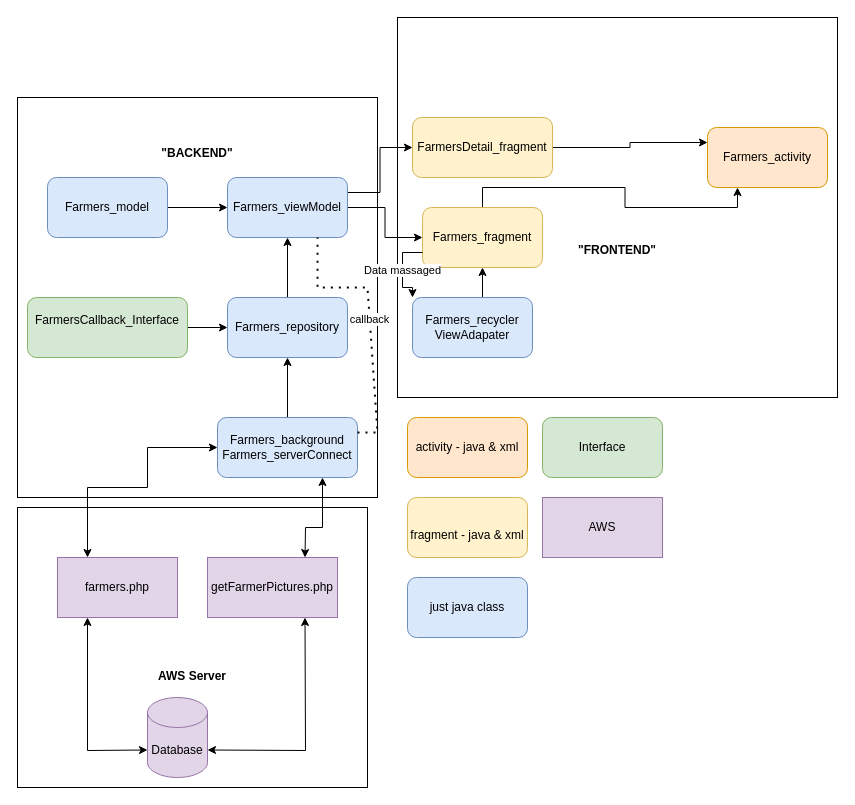
Above: page "Farmers" (2 of 3) of Untitled Diagram.drawio in BenBladow/rw_android_uml (draw.io), before the change. Source tidied: cells renumbered, new cells numbered last; positions are measured from the earlier drawing's top-left corner, leaving out a move shared by most shapes. Both pictures are drawn from the tidied source at 100%, with x=0, y=0 at pixel (17, 17).
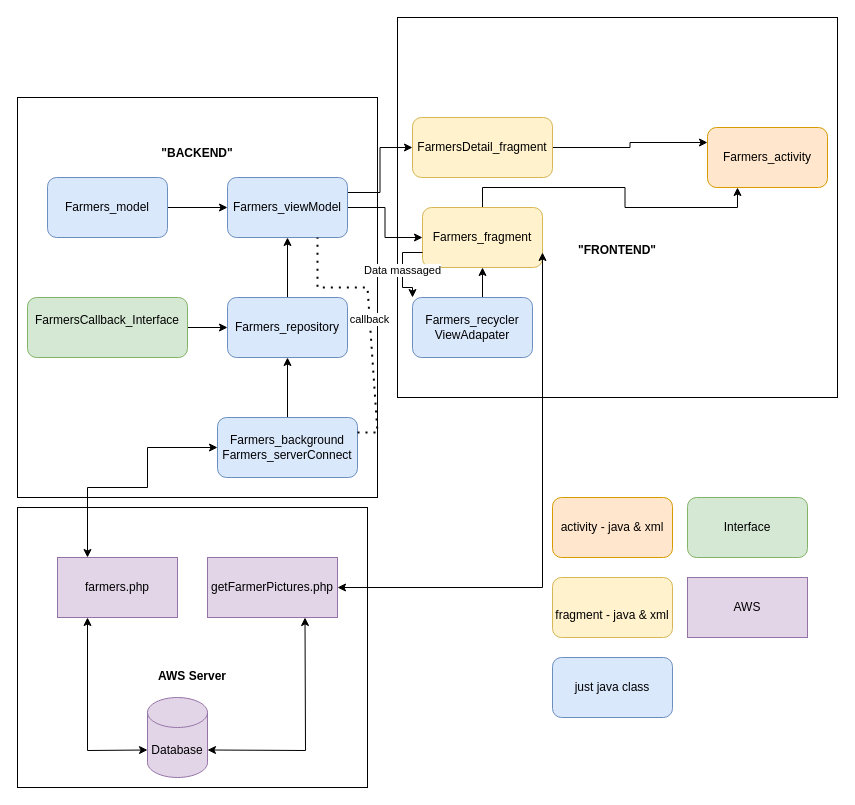
After the change.

Unchanged cells that the change refers to:
```xml
<mxCell id="9" value="Farmers_fragment" style="rounded=1;whiteSpace=wrap;html=1;fillColor=#fff2cc;strokeColor=#d6b656;" parent="1" vertex="1">
  <mxGeometry x="405" y="190" width="120" height="60" as="geometry" />
</mxCell>
<mxCell id="19" value="&lt;div&gt;Farmers_background&lt;/div&gt;&lt;div&gt;Farmers_serverConnect&lt;br&gt;&lt;/div&gt;" style="rounded=1;whiteSpace=wrap;html=1;fillColor=#dae8fc;strokeColor=#6c8ebf;" parent="1" vertex="1">
  <mxGeometry x="200" y="400" width="140" height="60" as="geometry" />
</mxCell>
<mxCell id="32" value="getFarmerPictures.php" style="rounded=0;whiteSpace=wrap;html=1;fillColor=#e1d5e7;strokeColor=#9673a6;" parent="1" vertex="1">
  <mxGeometry x="190" y="540" width="130" height="60" as="geometry" />
</mxCell>
```

What changed in the source:
```diff
@@
     <mxCell id="24" value="activity - java &amp;amp; xml" style="rounded=1;whiteSpace=wrap;html=1;fillColor=#ffe6cc;strokeColor=#d79b00;" parent="1" vertex="1">
-      <mxGeometry x="390" y="400" width="120" height="60" as="geometry" />
+      <mxGeometry x="535" y="480" width="120" height="60" as="geometry" />
     </mxCell>
     <mxCell id="25" value="&lt;br&gt;fragment - java &amp;amp; xml&lt;br&gt;" style="rounded=1;whiteSpace=wrap;html=1;fillColor=#fff2cc;strokeColor=#d6b656;" parent="1" vertex="1">
-      <mxGeometry x="390" y="480" width="120" height="60" as="geometry" />
+      <mxGeometry x="535" y="560" width="120" height="60" as="geometry" />
     </mxCell>
     <mxCell id="26" value="just java class" style="rounded=1;whiteSpace=wrap;html=1;fillColor=#dae8fc;strokeColor=#6c8ebf;" parent="1" vertex="1">
-      <mxGeometry x="390" y="560" width="120" height="60" as="geometry" />
+      <mxGeometry x="535" y="640" width="120" height="60" as="geometry" />
     </mxCell>
     <mxCell id="27" value="Interface" style="rounded=1;whiteSpace=wrap;html=1;fillColor=#d5e8d4;strokeColor=#82b366;" parent="1" vertex="1">
-      <mxGeometry x="525" y="400" width="120" height="60" as="geometry" />
+      <mxGeometry x="670" y="480" width="120" height="60" as="geometry" />
     </mxCell>
     <mxCell id="28" value="AWS" style="rounded=0;whiteSpace=wrap;html=1;fillColor=#e1d5e7;strokeColor=#9673a6;" parent="1" vertex="1">
-      <mxGeometry x="525" y="480" width="120" height="60" as="geometry" />
+      <mxGeometry x="670" y="560" width="120" height="60" as="geometry" />
     </mxCell>
@@
-    <mxCell id="36" style="endArrow=classic;startArrow=classic;html=1;rounded=0;exitX=0.75;exitY=0;exitDx=0;exitDy=0;entryX=0.75;entryY=1;entryDx=0;entryDy=0;" parent="1" edge="1" source="32" target="19">
-      <mxGeometry relative="1" as="geometry">
-        <Array as="points">
-          <mxPoint x="288" y="510" />
-          <mxPoint x="305" y="510" />
-        </Array>
-      </mxGeometry>
-    </mxCell>
+    <mxCell id="37" style="endArrow=classic;startArrow=classic;html=1;rounded=0;fontColor=#000000;exitX=1;exitY=0.5;exitDx=0;exitDy=0;entryX=1;entryY=0.75;entryDx=0;entryDy=0;" parent="1" edge="1" source="32" target="9">
+      <mxGeometry relative="1" as="geometry">
+        <Array as="points">
+          <mxPoint x="525" y="570" />
+        </Array>
+      </mxGeometry>
+    </mxCell>
```
